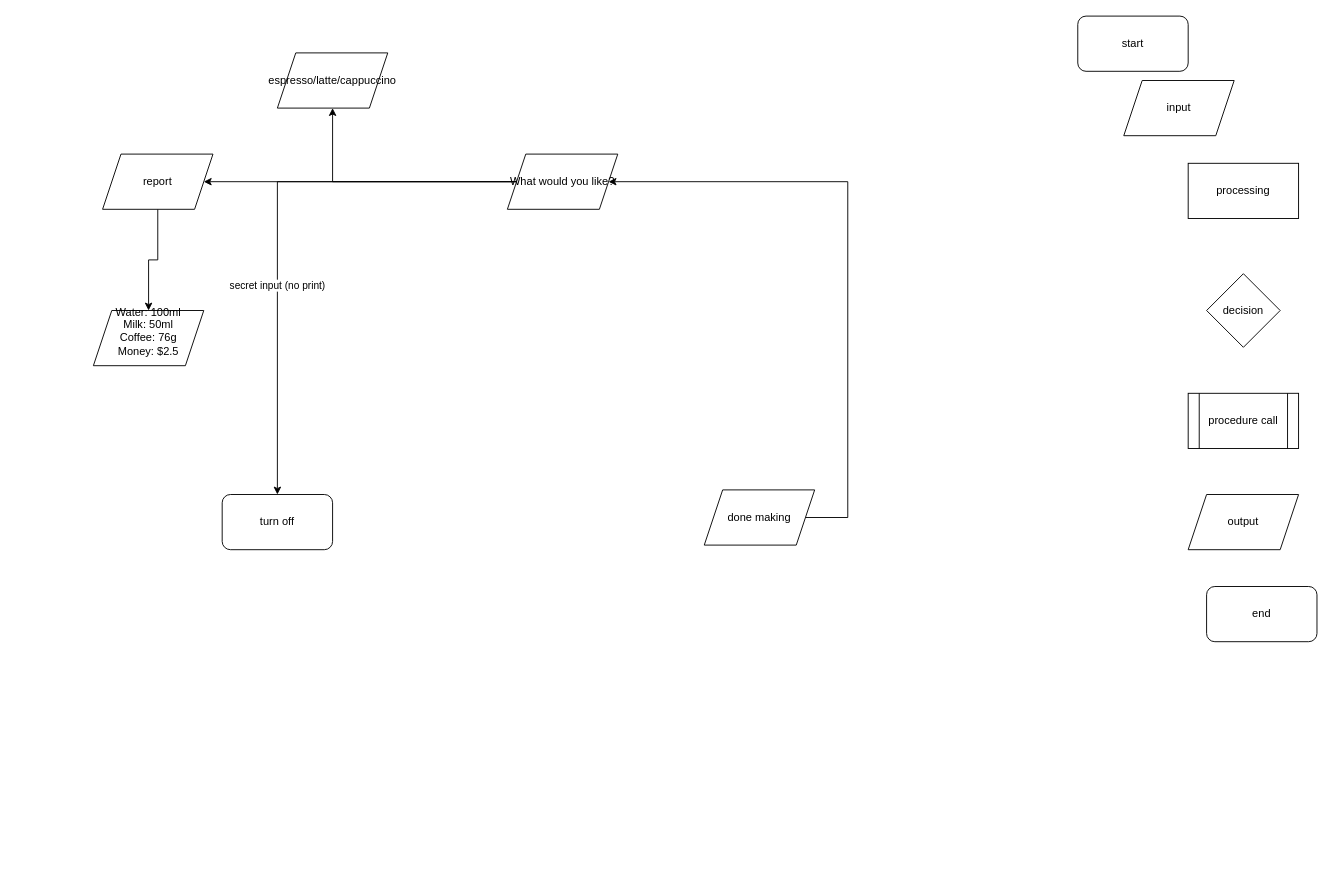
The draw.io diagram Untitled Diagram.drawio in vietnampythonpro/100dayschallenge, before the edit. Source tidied: cells renumbered, new cells numbered last; positions are measured from the earlier drawing's top-left corner, leaving out a move shared by most shapes. Both pictures are drawn from the tidied source at 92%, with x=0, y=0 at pixel (93, 16).
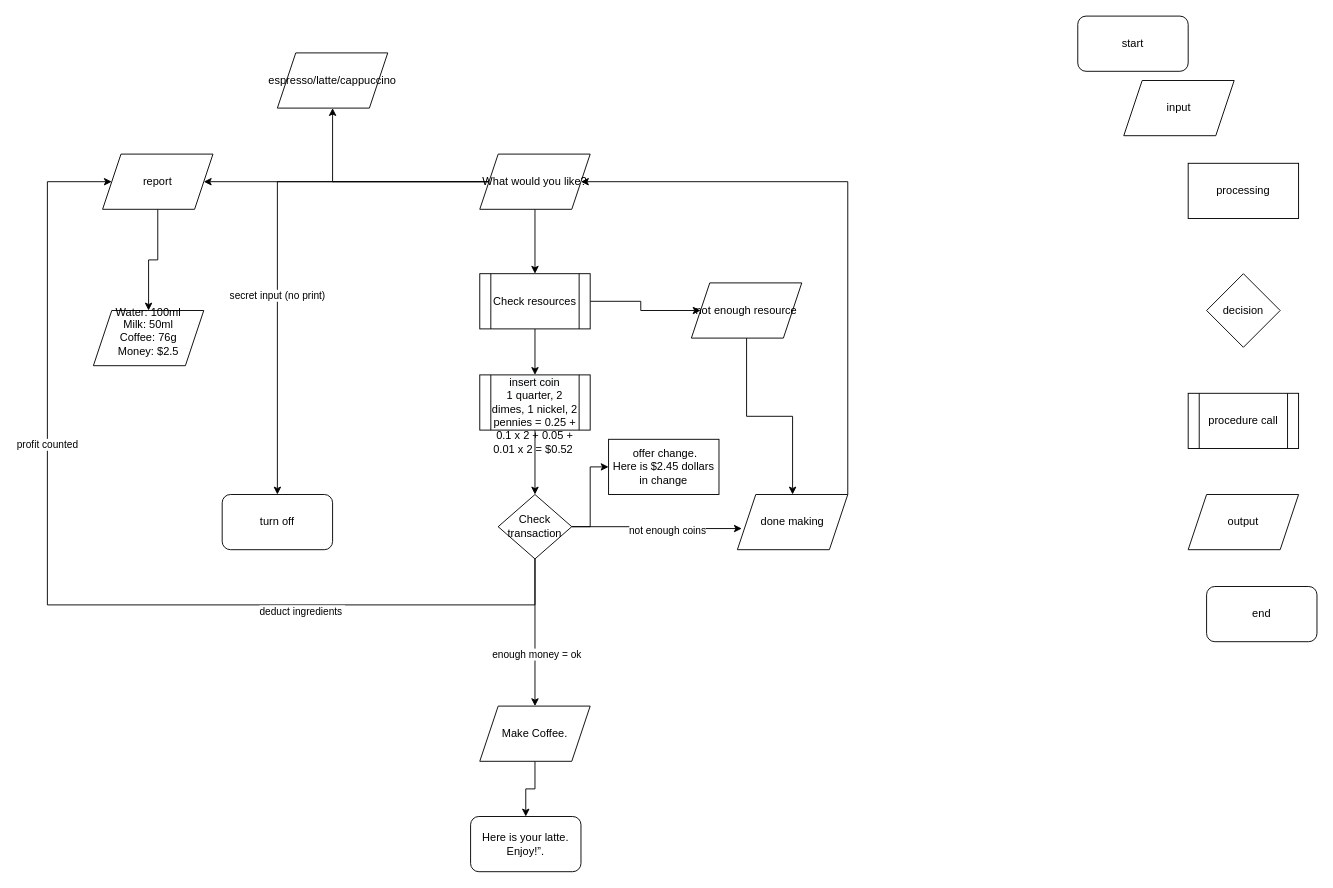
The same diagram, later.

Commit message:
Update coffee machine Diagram.drawio

The change refers to these unchanged cells:
```xml
<mxCell id="19" value="report" style="shape=parallelogram;perimeter=parallelogramPerimeter;whiteSpace=wrap;html=1;fixedSize=1;" parent="1" vertex="1">
  <mxGeometry x="10" y="150" width="120" height="60" as="geometry" />
</mxCell>
```

Diff of the diagram source:
```diff
@@
+    <mxCell id="21" style="edgeStyle=orthogonalEdgeStyle;rounded=0;jettySize=auto;html=1;" parent="1" edge="1" source="13" target="24">
+      <mxGeometry relative="1" as="geometry" />
+    </mxCell>
     <mxCell id="13" value="What would you like?" style="shape=parallelogram;perimeter=parallelogramPerimeter;whiteSpace=wrap;html=1;fixedSize=1;" parent="1" vertex="1">
-      <mxGeometry x="450" y="150" width="120" height="60" as="geometry" />
+      <mxGeometry x="420" y="150" width="120" height="60" as="geometry" />
     </mxCell>
@@
     <mxCell id="16" value="done making" style="shape=parallelogram;perimeter=parallelogramPerimeter;whiteSpace=wrap;html=1;fixedSize=1;" parent="1" vertex="1">
-      <mxGeometry x="664" y="515" width="120" height="60" as="geometry" />
+      <mxGeometry x="700" y="520" width="120" height="60" as="geometry" />
     </mxCell>
@@
+    <mxCell id="22" style="edgeStyle=orthogonalEdgeStyle;rounded=0;jettySize=auto;html=1;" parent="1" edge="1" source="24" target="26">
+      <mxGeometry relative="1" as="geometry" />
+    </mxCell>
+    <mxCell id="23" style="edgeStyle=orthogonalEdgeStyle;rounded=0;jettySize=auto;html=1;" parent="1" edge="1" source="24" target="30">
+      <mxGeometry relative="1" as="geometry" />
+    </mxCell>
+    <mxCell id="24" value="&#10;&#10;Check resources &#10;&#10;" style="shape=process;whiteSpace=wrap;html=1;backgroundOutline=1;" parent="1" vertex="1">
+      <mxGeometry x="420" y="280" width="120" height="60" as="geometry" />
+    </mxCell>
+    <mxCell id="25" style="edgeStyle=orthogonalEdgeStyle;rounded=0;jettySize=auto;html=1;entryX=0.5;entryY=0;entryDx=0;entryDy=0;" parent="1" edge="1" source="26" target="16">
+      <mxGeometry relative="1" as="geometry" />
+    </mxCell>
+    <mxCell id="26" value="not enough resource" style="shape=parallelogram;perimeter=parallelogramPerimeter;whiteSpace=wrap;html=1;fixedSize=1;" parent="1" vertex="1">
+      <mxGeometry x="650" y="290" width="120" height="60" as="geometry" />
+    </mxCell>
+    <mxCell id="27" style="edgeStyle=orthogonalEdgeStyle;rounded=0;jettySize=auto;html=1;" parent="1" edge="1" source="28" target="41">
+      <mxGeometry relative="1" as="geometry" />
+    </mxCell>
+    <mxCell id="28" value="Make Coffee.&lt;br/&gt;" style="shape=parallelogram;perimeter=parallelogramPerimeter;whiteSpace=wrap;html=1;fixedSize=1;" parent="1" vertex="1">
+      <mxGeometry x="420" y="750" width="120" height="60" as="geometry" />
+    </mxCell>
+    <mxCell id="29" style="edgeStyle=orthogonalEdgeStyle;rounded=0;jettySize=auto;html=1;" parent="1" edge="1" source="30" target="39">
+      <mxGeometry relative="1" as="geometry" />
+    </mxCell>
+    <mxCell id="30" value="&lt;br&gt;&lt;br&gt;&lt;span style=&quot;color: rgb(0 , 0 , 0) ; font-family: &amp;#34;helvetica&amp;#34; ; font-size: 12px ; font-style: normal ; font-weight: 400 ; letter-spacing: normal ; text-align: center ; text-indent: 0px ; text-transform: none ; word-spacing: 0px ; background-color: rgb(248 , 249 , 250) ; display: inline ; float: none&quot;&gt;insert coin&lt;/span&gt;&lt;br&gt;1 quarter, 2 dimes, 1 nickel, 2&lt;br/&gt;pennies = 0.25 + 0.1 x 2 + 0.05 + 0.01 x 2 = $0.52&amp;nbsp;" style="shape=process;whiteSpace=wrap;html=1;backgroundOutline=1;" parent="1" vertex="1">
+      <mxGeometry x="420" y="390" width="120" height="60" as="geometry" />
+    </mxCell>
+    <mxCell id="31" style="edgeStyle=orthogonalEdgeStyle;rounded=0;jettySize=auto;html=1;entryX=0.04;entryY=0.617;entryDx=0;entryDy=0;entryPerimeter=0;" parent="1" edge="1" source="39" target="16">
+      <mxGeometry relative="1" as="geometry" />
+    </mxCell>
+    <mxCell id="32" value="not enough coins" style="edgeLabel;html=1;align=center;verticalAlign=middle;" parent="31" vertex="1">
+      <mxGeometry x="0.14" y="-1" relative="1" as="geometry" />
+    </mxCell>
+    <mxCell id="33" style="edgeStyle=orthogonalEdgeStyle;rounded=0;jettySize=auto;html=1;exitX=0;exitY=0.5;exitDx=0;exitDy=0;" parent="1" edge="1" source="39" target="19">
+      <mxGeometry relative="1" as="geometry">
+        <Array as="points">
+          <mxPoint x="480" y="555" />
+          <mxPoint x="480" y="640" />
+          <mxPoint x="-50" y="640" />
+          <mxPoint x="-50" y="180" />
+        </Array>
+      </mxGeometry>
+    </mxCell>
+    <mxCell id="34" value="profit counted" style="edgeLabel;html=1;align=center;verticalAlign=middle;" parent="33" vertex="1">
+      <mxGeometry x="0.4" y="1" relative="1" as="geometry" />
+    </mxCell>
+    <mxCell id="35" value="deduct ingredients&amp;nbsp;" style="edgeLabel;html=1;align=center;verticalAlign=middle;" parent="33" vertex="1">
+      <mxGeometry x="-0.36" y="6" relative="1" as="geometry" />
+    </mxCell>
+    <mxCell id="36" style="edgeStyle=orthogonalEdgeStyle;rounded=0;jettySize=auto;html=1;" parent="1" edge="1" source="39" target="40">
+      <mxGeometry relative="1" as="geometry" />
+    </mxCell>
+    <mxCell id="37" style="edgeStyle=orthogonalEdgeStyle;rounded=0;jettySize=auto;html=1;" parent="1" edge="1" source="39" target="28">
+      <mxGeometry relative="1" as="geometry" />
+    </mxCell>
+    <mxCell id="38" value="enough money = ok" style="edgeLabel;html=1;align=center;verticalAlign=middle;" parent="37" vertex="1">
+      <mxGeometry x="0.29" y="1" relative="1" as="geometry" />
+    </mxCell>
+    <mxCell id="39" value="Check transaction" style="rhombus;whiteSpace=wrap;html=1;" parent="1" vertex="1">
+      <mxGeometry x="440" y="520" width="80" height="70" as="geometry" />
+    </mxCell>
+    <mxCell id="40" value="&amp;nbsp;offer change.&lt;br&gt;Here is $2.45 dollars in change" style="whiteSpace=wrap;html=1;" parent="1" vertex="1">
+      <mxGeometry x="560" y="460" width="120" height="60" as="geometry" />
+    </mxCell>
+    <mxCell id="41" value="Here is your latte. Enjoy!”." style="rounded=1;whiteSpace=wrap;html=1;" parent="1" vertex="1">
+      <mxGeometry x="410" y="870" width="120" height="60" as="geometry" />
+    </mxCell>
```
